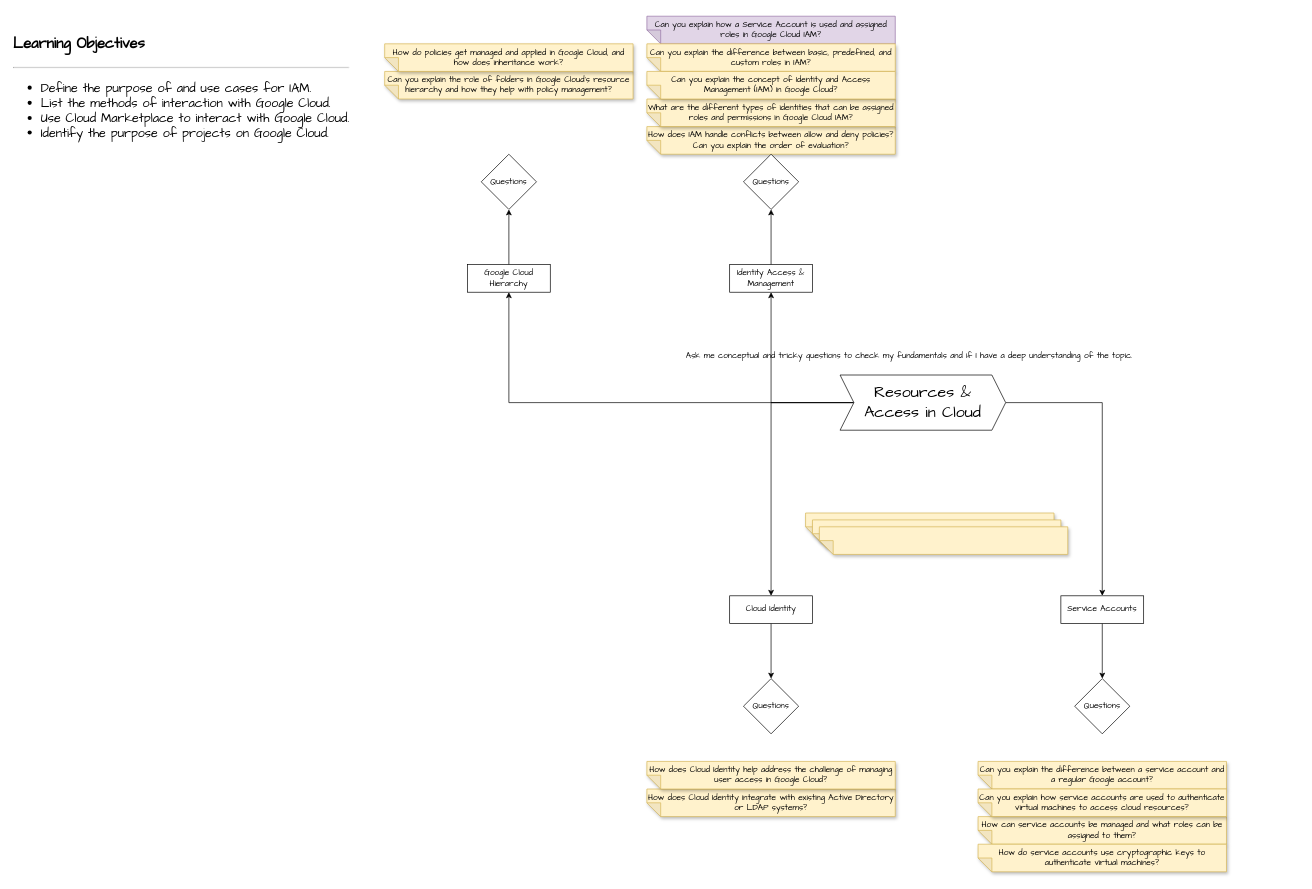
Above: page "Resource and Access in Cloud" (2 of 3) of Cloud/GCP/Architecting with Google Kubernetes Engine/Google Cloud Fundamentals.drawio in FilledVaccum/MindMaps (draw.io), before the change. Source tidied: cells renumbered, new cells numbered last; positions are measured from the earlier drawing's top-left corner, leaving out a move shared by most shapes. Both pictures are drawn from the tidied source at 69%, with x=0, y=0 at pixel (12, 16).
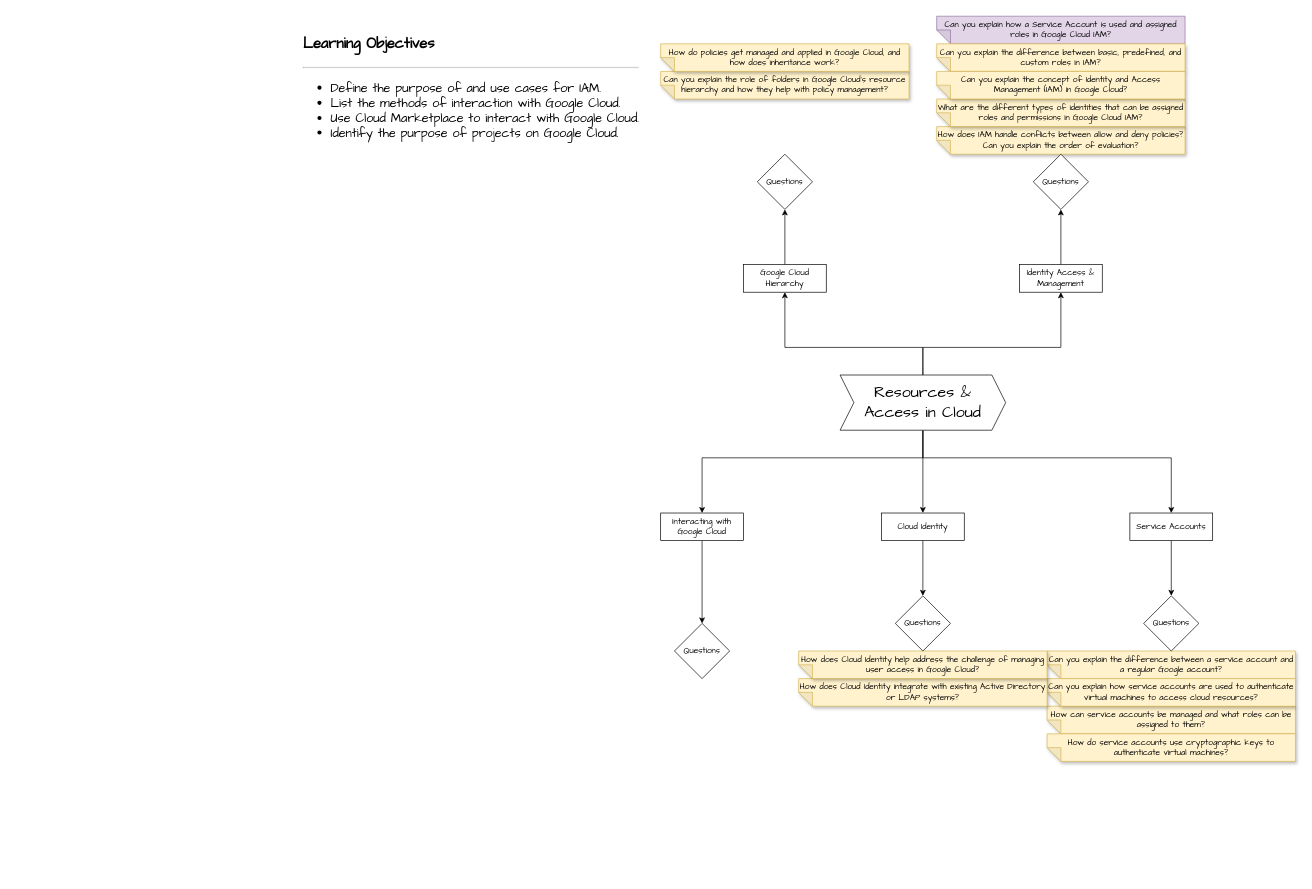
After the change.

Unchanged cells that the change refers to:
```xml
<mxCell id="6" value="&lt;font style=&quot;font-size: 23px;&quot;&gt;Resources &amp;amp; &lt;br&gt;Access in Cloud&lt;br&gt;&lt;/font&gt;" style="shape=step;perimeter=stepPerimeter;whiteSpace=wrap;html=1;fixedSize=1;hachureGap=4;fontFamily=Architects Daughter;" parent="1" vertex="1">
  <mxGeometry x="1200" y="520" width="240" height="80" as="geometry" />
</mxCell>
```

Diff of the diagram source:
```diff
@@
     <mxCell id="2" style="edgeStyle=orthogonalEdgeStyle;rounded=0;hachureGap=4;jettySize=auto;html=1;fontFamily=Architects Daughter;fontSize=12;fontColor=default;" parent="1" edge="1" source="6" target="9">
-      <mxGeometry relative="1" as="geometry" />
+      <mxGeometry relative="1" as="geometry">
+        <Array as="points">
+          <mxPoint x="1320" y="480" />
+          <mxPoint x="1120" y="480" />
+        </Array>
+      </mxGeometry>
     </mxCell>
     <mxCell id="3" style="edgeStyle=orthogonalEdgeStyle;shape=connector;rounded=0;hachureGap=4;jettySize=auto;html=1;strokeColor=default;align=center;verticalAlign=middle;fontFamily=Architects Daughter;fontSize=12;fontColor=default;labelBackgroundColor=none;endArrow=classic;" parent="1" edge="1" source="6" target="23">
-      <mxGeometry relative="1" as="geometry" />
+      <mxGeometry relative="1" as="geometry">
+        <Array as="points">
+          <mxPoint x="1320" y="480" />
+          <mxPoint x="1520" y="480" />
+        </Array>
+      </mxGeometry>
     </mxCell>
     <mxCell id="4" style="edgeStyle=orthogonalEdgeStyle;shape=connector;rounded=0;hachureGap=4;jettySize=auto;html=1;strokeColor=default;align=center;verticalAlign=middle;fontFamily=Architects Daughter;fontSize=12;fontColor=default;labelBackgroundColor=none;endArrow=classic;" parent="1" edge="1" source="6" target="27">
-      <mxGeometry relative="1" as="geometry" />
+      <mxGeometry relative="1" as="geometry">
+        <Array as="points">
+          <mxPoint x="1320" y="640" />
+          <mxPoint x="1680" y="640" />
+        </Array>
+      </mxGeometry>
     </mxCell>
@@
+    <mxCell id="37" style="edgeStyle=orthogonalEdgeStyle;shape=connector;rounded=0;hachureGap=4;jettySize=auto;html=1;strokeColor=default;align=center;verticalAlign=middle;fontFamily=Architects Daughter;fontSize=12;fontColor=default;labelBackgroundColor=none;endArrow=classic;" parent="1" edge="1" source="6" target="39">
+      <mxGeometry relative="1" as="geometry">
+        <Array as="points">
+          <mxPoint x="1320" y="640" />
+          <mxPoint x="1000" y="640" />
+        </Array>
+      </mxGeometry>
+    </mxCell>
@@
     <mxCell id="7" value="&lt;div style=&quot;font-size: 18px;&quot; align=&quot;justify&quot;&gt;&lt;h3 class=&quot;css-13hhzop&quot; tabindex=&quot;-1&quot;&gt;Learning Objectives&lt;/h3&gt;&lt;hr class=&quot;cds-858 cds-Divider-dark css-yc753g&quot; aria-hidden=&quot;true&quot;&gt;&lt;ul&gt;&lt;li&gt;Define the purpose of and use cases for IAM.&lt;/li&gt;&lt;li&gt;List the methods of interaction with Google Cloud.&lt;/li&gt;&lt;li&gt;Use Cloud Marketplace to interact with Google Cloud.&lt;/li&gt;&lt;li&gt;Identify the purpose of projects on Google Cloud.&lt;/li&gt;&lt;/ul&gt;&lt;/div&gt;" style="text;whiteSpace=wrap;html=1;fontFamily=Architects Daughter;fontSize=12;fontColor=default;" parent="1" vertex="1">
-      <mxGeometry width="500" height="200" as="geometry" />
+      <mxGeometry x="420" width="500" height="200" as="geometry" />
     </mxCell>
@@
     <mxCell id="9" value="Google Cloud Hierarchy" style="whiteSpace=wrap;html=1;fontFamily=Architects Daughter;hachureGap=4;" parent="1" vertex="1">
-      <mxGeometry x="660" y="360" width="120" height="40" as="geometry" />
+      <mxGeometry x="1060" y="360" width="120" height="40" as="geometry" />
     </mxCell>
     <mxCell id="10" value="Questions" style="rhombus;whiteSpace=wrap;html=1;fontFamily=Architects Daughter;hachureGap=4;" parent="1" vertex="1">
-      <mxGeometry x="680" y="200" width="80" height="80" as="geometry" />
+      <mxGeometry x="1080" y="200" width="80" height="80" as="geometry" />
     </mxCell>
-    <mxCell id="11" style="shape=note;whiteSpace=wrap;html=1;backgroundOutline=1;darkOpacity=0.05;fillColor=#fff2cc;strokeColor=#d6b656;fillStyle=solid;direction=west;gradientDirection=north;shadow=1;size=20;hachureGap=4;align=center;verticalAlign=middle;fontFamily=Architects Daughter;fontSize=12;labelBackgroundColor=none;" parent="1" vertex="1">
-      <mxGeometry x="1150" y="720" width="360" height="40" as="geometry" />
-    </mxCell>
     <mxCell id="12" value="&lt;div class=&quot;coach-client coach-message-text css-soikf9&quot;&gt;&lt;p&gt;Can you explain the difference between a service account and a regular Google account?&lt;/p&gt;&lt;/div&gt;" style="shape=note;whiteSpace=wrap;html=1;backgroundOutline=1;darkOpacity=0.05;fillColor=#fff2cc;strokeColor=#d6b656;fillStyle=solid;direction=west;gradientDirection=north;shadow=1;size=20;hachureGap=4;align=center;verticalAlign=middle;fontFamily=Architects Daughter;fontSize=12;labelBackgroundColor=none;" parent="1" vertex="1">
-      <mxGeometry x="1400" y="1080" width="360" height="40" as="geometry" />
+      <mxGeometry x="1500" y="920" width="360" height="40" as="geometry" />
     </mxCell>
     <mxCell id="13" value="&lt;div class=&quot;coach-client coach-message-text css-soikf9&quot;&gt;&lt;p&gt;How can service accounts be managed and what roles can be assigned to them?&lt;/p&gt;&lt;/div&gt;" style="shape=note;whiteSpace=wrap;html=1;backgroundOutline=1;darkOpacity=0.05;fillColor=#fff2cc;strokeColor=#d6b656;fillStyle=solid;direction=west;gradientDirection=north;shadow=1;size=20;hachureGap=4;align=center;verticalAlign=middle;fontFamily=Architects Daughter;fontSize=12;labelBackgroundColor=none;" parent="1" vertex="1">
-      <mxGeometry x="1400" y="1160" width="360" height="40" as="geometry" />
+      <mxGeometry x="1500" y="1000" width="360" height="40" as="geometry" />
     </mxCell>
     <mxCell id="14" value="&lt;div class=&quot;coach-client coach-message-text css-soikf9&quot;&gt;&lt;p&gt;Can you explain how service accounts are used to authenticate virtual machines to access cloud resources?&lt;/p&gt;&lt;/div&gt;" style="shape=note;whiteSpace=wrap;html=1;backgroundOutline=1;darkOpacity=0.05;fillColor=#fff2cc;strokeColor=#d6b656;fillStyle=solid;direction=west;gradientDirection=north;shadow=1;size=20;hachureGap=4;align=center;verticalAlign=middle;fontFamily=Architects Daughter;fontSize=12;labelBackgroundColor=none;" parent="1" vertex="1">
-      <mxGeometry x="1400" y="1120" width="360" height="40" as="geometry" />
+      <mxGeometry x="1500" y="960" width="360" height="40" as="geometry" />
     </mxCell>
     <mxCell id="15" value="&lt;div class=&quot;coach-client coach-message-text css-soikf9&quot;&gt;&lt;p&gt;Can you explain how a Service Account is used and assigned roles in Google Cloud IAM?&lt;/p&gt;&lt;/div&gt;" style="shape=note;whiteSpace=wrap;html=1;backgroundOutline=1;darkOpacity=0.05;fillColor=#e1d5e7;strokeColor=#9673a6;fillStyle=solid;direction=west;gradientDirection=north;shadow=0;size=20;hachureGap=4;align=center;verticalAlign=middle;fontFamily=Architects Daughter;fontSize=12;labelBackgroundColor=none;" parent="1" vertex="1">
-      <mxGeometry x="920" width="360" height="40" as="geometry" />
+      <mxGeometry x="1340" width="360" height="40" as="geometry" />
     </mxCell>
     <mxCell id="16" value="&lt;div class=&quot;coach-client coach-message-text css-soikf9&quot;&gt;&lt;p&gt;How does IAM handle conflicts between allow and deny policies? Can you explain the order of evaluation?&lt;/p&gt;&lt;/div&gt;" style="shape=note;whiteSpace=wrap;html=1;backgroundOutline=1;darkOpacity=0.05;fillColor=#fff2cc;strokeColor=#d6b656;fillStyle=solid;direction=west;gradientDirection=north;shadow=1;size=20;hachureGap=4;align=center;verticalAlign=middle;fontFamily=Architects Daughter;fontSize=12;labelBackgroundColor=none;" parent="1" vertex="1">
-      <mxGeometry x="920" y="160" width="360" height="40" as="geometry" />
+      <mxGeometry x="1340" y="160" width="360" height="40" as="geometry" />
     </mxCell>
     <mxCell id="17" value="&lt;div class=&quot;coach-client coach-message-text css-soikf9&quot;&gt;&lt;p&gt;What are the different types of identities that can be assigned roles and permissions in Google Cloud IAM?&lt;/p&gt;&lt;/div&gt;" style="shape=note;whiteSpace=wrap;html=1;backgroundOutline=1;darkOpacity=0.05;fillColor=#fff2cc;strokeColor=#d6b656;fillStyle=solid;direction=west;gradientDirection=north;shadow=1;size=20;hachureGap=4;align=center;verticalAlign=middle;fontFamily=Architects Daughter;fontSize=12;labelBackgroundColor=none;" parent="1" vertex="1">
-      <mxGeometry x="920" y="120" width="360" height="40" as="geometry" />
+      <mxGeometry x="1340" y="120" width="360" height="40" as="geometry" />
     </mxCell>
     <mxCell id="18" value="&lt;div class=&quot;coach-client coach-message-text css-soikf9&quot;&gt;&lt;p&gt;Can you explain the difference between basic, predefined, and custom roles in IAM?&lt;/p&gt;&lt;/div&gt;" style="shape=note;whiteSpace=wrap;html=1;backgroundOutline=1;darkOpacity=0.05;fillColor=#fff2cc;strokeColor=#d6b656;fillStyle=solid;direction=west;gradientDirection=north;shadow=1;size=20;hachureGap=4;align=center;verticalAlign=middle;fontFamily=Architects Daughter;fontSize=12;labelBackgroundColor=none;" parent="1" vertex="1">
-      <mxGeometry x="920" y="40" width="360" height="40" as="geometry" />
+      <mxGeometry x="1340" y="40" width="360" height="40" as="geometry" />
     </mxCell>
     <mxCell id="19" value="&lt;div class=&quot;coach-client coach-message-text css-soikf9&quot;&gt;&lt;p&gt;Can you explain the concept of Identity and Access Management (IAM) in Google Cloud?&lt;/p&gt;&lt;/div&gt;" style="shape=note;whiteSpace=wrap;html=1;backgroundOutline=1;darkOpacity=0.05;fillColor=#fff2cc;strokeColor=#d6b656;fillStyle=solid;direction=west;gradientDirection=north;shadow=1;size=20;hachureGap=4;align=center;verticalAlign=middle;fontFamily=Architects Daughter;fontSize=12;labelBackgroundColor=none;" parent="1" vertex="1">
-      <mxGeometry x="920" y="80" width="360" height="40" as="geometry" />
+      <mxGeometry x="1340" y="80" width="360" height="40" as="geometry" />
     </mxCell>
     <mxCell id="20" value="&lt;div class=&quot;coach-client coach-message-text css-soikf9&quot;&gt;&lt;p&gt;Can you explain the role of folders in Google Cloud's resource hierarchy and how they help with policy management?&lt;/p&gt;&lt;/div&gt;" style="shape=note;whiteSpace=wrap;html=1;backgroundOutline=1;darkOpacity=0.05;fillColor=#fff2cc;strokeColor=#d6b656;fillStyle=solid;direction=west;gradientDirection=north;shadow=1;size=20;hachureGap=4;align=center;verticalAlign=middle;fontFamily=Architects Daughter;fontSize=12;labelBackgroundColor=none;" parent="1" vertex="1">
-      <mxGeometry x="540" y="80" width="360" height="40" as="geometry" />
+      <mxGeometry x="940" y="80" width="360" height="40" as="geometry" />
     </mxCell>
     <mxCell id="21" value="&lt;div class=&quot;coach-client coach-message-text css-soikf9&quot;&gt;&lt;p&gt;How do policies get managed and applied in Google Cloud, and how does inheritance work?&lt;/p&gt;&lt;/div&gt;" style="shape=note;whiteSpace=wrap;html=1;backgroundOutline=1;darkOpacity=0.05;fillColor=#fff2cc;strokeColor=#d6b656;fillStyle=solid;direction=west;gradientDirection=north;shadow=1;size=20;hachureGap=4;align=center;verticalAlign=middle;fontFamily=Architects Daughter;fontSize=12;labelBackgroundColor=none;" parent="1" vertex="1">
-      <mxGeometry x="540" y="40" width="360" height="40" as="geometry" />
+      <mxGeometry x="940" y="40" width="360" height="40" as="geometry" />
     </mxCell>
@@
     <mxCell id="23" value="Identity Access &amp;amp; Management" style="whiteSpace=wrap;html=1;fontFamily=Architects Daughter;hachureGap=4;" parent="1" vertex="1">
-      <mxGeometry x="1040" y="360" width="120" height="40" as="geometry" />
+      <mxGeometry x="1460" y="360" width="120" height="40" as="geometry" />
     </mxCell>
     <mxCell id="24" value="Questions" style="rhombus;whiteSpace=wrap;html=1;fontFamily=Architects Daughter;hachureGap=4;" parent="1" vertex="1">
-      <mxGeometry x="1060" y="200" width="80" height="80" as="geometry" />
+      <mxGeometry x="1480" y="200" width="80" height="80" as="geometry" />
     </mxCell>
-    <mxCell id="25" value="Ask me conceptual and tricky questions to check my fundamentals and if I have a deep understanding of the topic." style="text;html=1;align=center;verticalAlign=middle;strokeColor=none;fillColor=none;fontFamily=Architects Daughter;fontSize=12;fontColor=default;labelBackgroundColor=none;" parent="1" vertex="1">
-      <mxGeometry x="965" y="478" width="670" height="30" as="geometry" />
-    </mxCell>
@@
     <mxCell id="27" value="Service Accounts" style="whiteSpace=wrap;html=1;fontFamily=Architects Daughter;hachureGap=4;" parent="1" vertex="1">
-      <mxGeometry x="1520" y="840" width="120" height="40" as="geometry" />
+      <mxGeometry x="1620" y="720" width="120" height="40" as="geometry" />
     </mxCell>
-    <mxCell id="28" style="shape=note;whiteSpace=wrap;html=1;backgroundOutline=1;darkOpacity=0.05;fillColor=#fff2cc;strokeColor=#d6b656;fillStyle=solid;direction=west;gradientDirection=north;shadow=1;size=20;hachureGap=4;align=center;verticalAlign=middle;fontFamily=Architects Daughter;fontSize=12;labelBackgroundColor=none;" parent="1" vertex="1">
-      <mxGeometry x="1160" y="730" width="360" height="40" as="geometry" />
-    </mxCell>
-    <mxCell id="29" style="shape=note;whiteSpace=wrap;html=1;backgroundOutline=1;darkOpacity=0.05;fillColor=#fff2cc;strokeColor=#d6b656;fillStyle=solid;direction=west;gradientDirection=north;shadow=1;size=20;hachureGap=4;align=center;verticalAlign=middle;fontFamily=Architects Daughter;fontSize=12;labelBackgroundColor=none;" parent="1" vertex="1">
-      <mxGeometry x="1170" y="740" width="360" height="40" as="geometry" />
-    </mxCell>
     <mxCell id="30" value="&lt;div class=&quot;coach-client coach-message-text css-soikf9&quot;&gt;&lt;p&gt;How does Cloud Identity integrate with existing Active Directory or LDAP systems?&lt;/p&gt;&lt;/div&gt;" style="shape=note;whiteSpace=wrap;html=1;backgroundOutline=1;darkOpacity=0.05;fillColor=#fff2cc;strokeColor=#d6b656;fillStyle=solid;direction=west;gradientDirection=north;shadow=1;size=20;hachureGap=4;align=center;verticalAlign=middle;fontFamily=Architects Daughter;fontSize=12;labelBackgroundColor=none;" parent="1" vertex="1">
-      <mxGeometry x="920" y="1120" width="360" height="40" as="geometry" />
+      <mxGeometry x="1140" y="960" width="360" height="40" as="geometry" />
     </mxCell>
     <mxCell id="31" value="&lt;div class=&quot;coach-client coach-message-text css-soikf9&quot;&gt;&lt;p&gt;How does Cloud Identity help address the challenge of managing user access in Google Cloud?&lt;/p&gt;&lt;/div&gt;" style="shape=note;whiteSpace=wrap;html=1;backgroundOutline=1;darkOpacity=0.05;fillColor=#fff2cc;strokeColor=#d6b656;fillStyle=solid;direction=west;gradientDirection=north;shadow=1;size=20;hachureGap=4;align=center;verticalAlign=middle;fontFamily=Architects Daughter;fontSize=12;labelBackgroundColor=none;" parent="1" vertex="1">
-      <mxGeometry x="920" y="1080" width="360" height="40" as="geometry" />
+      <mxGeometry x="1140" y="920" width="360" height="40" as="geometry" />
     </mxCell>
     <mxCell id="32" value="&lt;div class=&quot;coach-client coach-message-text css-soikf9&quot;&gt;&lt;p&gt;How do service accounts use cryptographic keys to authenticate virtual machines?&lt;/p&gt;&lt;/div&gt;" style="shape=note;whiteSpace=wrap;html=1;backgroundOutline=1;darkOpacity=0.05;fillColor=#fff2cc;strokeColor=#d6b656;fillStyle=solid;direction=west;gradientDirection=north;shadow=1;size=20;hachureGap=4;align=center;verticalAlign=middle;fontFamily=Architects Daughter;fontSize=12;labelBackgroundColor=none;" parent="1" vertex="1">
-      <mxGeometry x="1400" y="1200" width="360" height="40" as="geometry" />
+      <mxGeometry x="1500" y="1040" width="360" height="40" as="geometry" />
     </mxCell>
     <mxCell id="33" value="Questions" style="rhombus;whiteSpace=wrap;html=1;fontFamily=Architects Daughter;hachureGap=4;" parent="1" vertex="1">
-      <mxGeometry x="1540" y="960" width="80" height="80" as="geometry" />
+      <mxGeometry x="1640" y="840" width="80" height="80" as="geometry" />
     </mxCell>
@@
     <mxCell id="35" value="Cloud Identity" style="whiteSpace=wrap;html=1;fontFamily=Architects Daughter;hachureGap=4;" parent="1" vertex="1">
-      <mxGeometry x="1040" y="840" width="120" height="40" as="geometry" />
+      <mxGeometry x="1260" y="720" width="120" height="40" as="geometry" />
     </mxCell>
     <mxCell id="36" value="Questions" style="rhombus;whiteSpace=wrap;html=1;fontFamily=Architects Daughter;hachureGap=4;" parent="1" vertex="1">
-      <mxGeometry x="1060" y="960" width="80" height="80" as="geometry" />
+      <mxGeometry x="1280" y="840" width="80" height="80" as="geometry" />
     </mxCell>
+    <mxCell id="38" style="edgeStyle=orthogonalEdgeStyle;shape=connector;rounded=0;hachureGap=4;jettySize=auto;html=1;strokeColor=default;align=center;verticalAlign=middle;fontFamily=Architects Daughter;fontSize=12;fontColor=default;labelBackgroundColor=none;endArrow=classic;" parent="1" edge="1" source="39" target="40">
+      <mxGeometry relative="1" as="geometry" />
+    </mxCell>
+    <mxCell id="39" value="Interacting with Google Cloud" style="whiteSpace=wrap;html=1;fontFamily=Architects Daughter;hachureGap=4;" parent="1" vertex="1">
+      <mxGeometry x="940" y="720" width="120" height="40" as="geometry" />
+    </mxCell>
+    <mxCell id="40" value="Questions" style="rhombus;whiteSpace=wrap;html=1;fontFamily=Architects Daughter;hachureGap=4;" parent="1" vertex="1">
+      <mxGeometry x="960" y="880" width="80" height="80" as="geometry" />
+    </mxCell>
```
